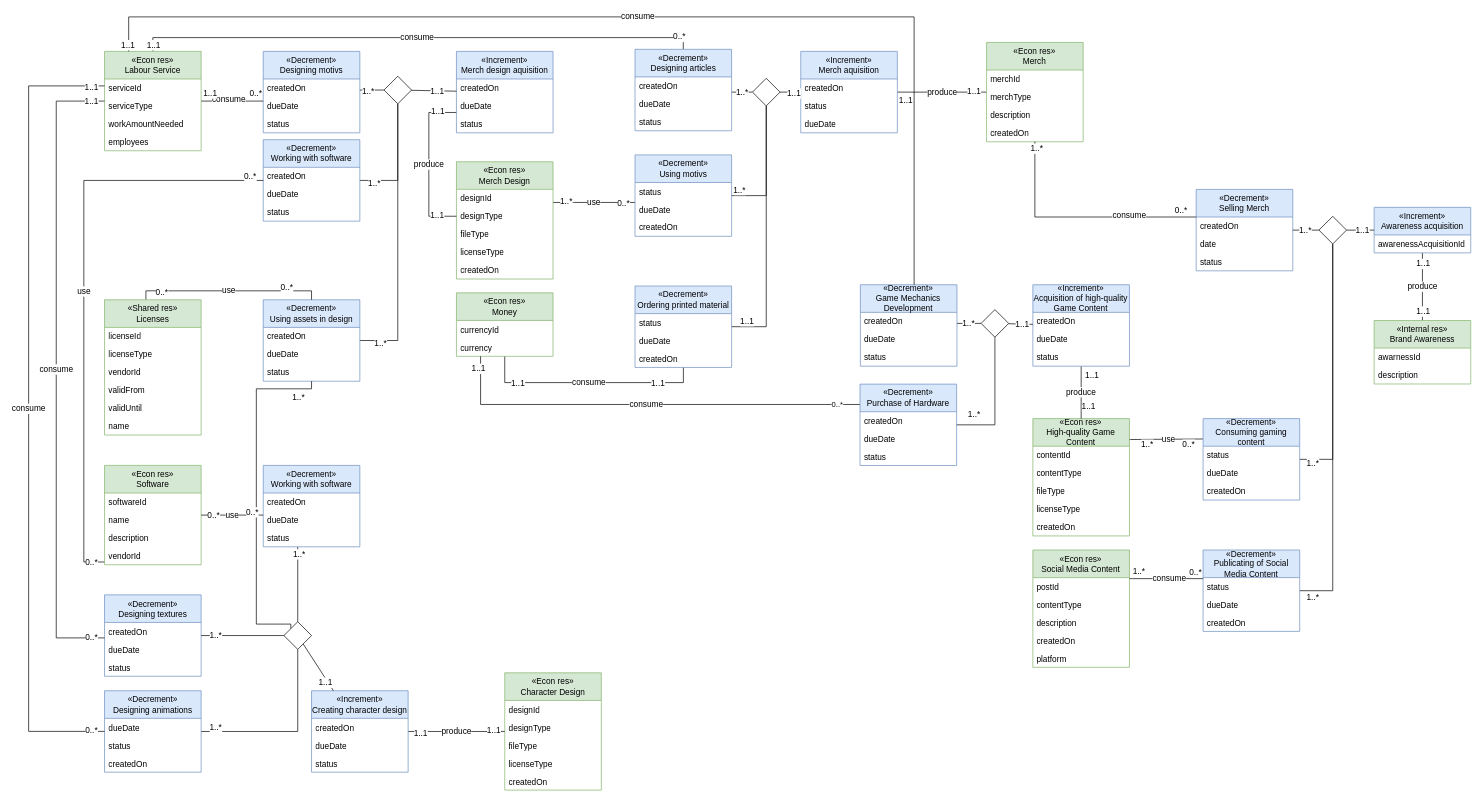
Above: page "Conversion" (2 of 10) of media/IS1_Project_REA.drawio in tudwiglemmel/Neigh-Corp---Golden-Meadows (draw.io), before the change. Source tidied: cells renumbered, new cells numbered last; positions are measured from the earlier drawing's top-left corner, leaving out a move shared by most shapes. Both pictures are drawn from the tidied source at 69%, with x=0, y=0 at pixel (28, 17).
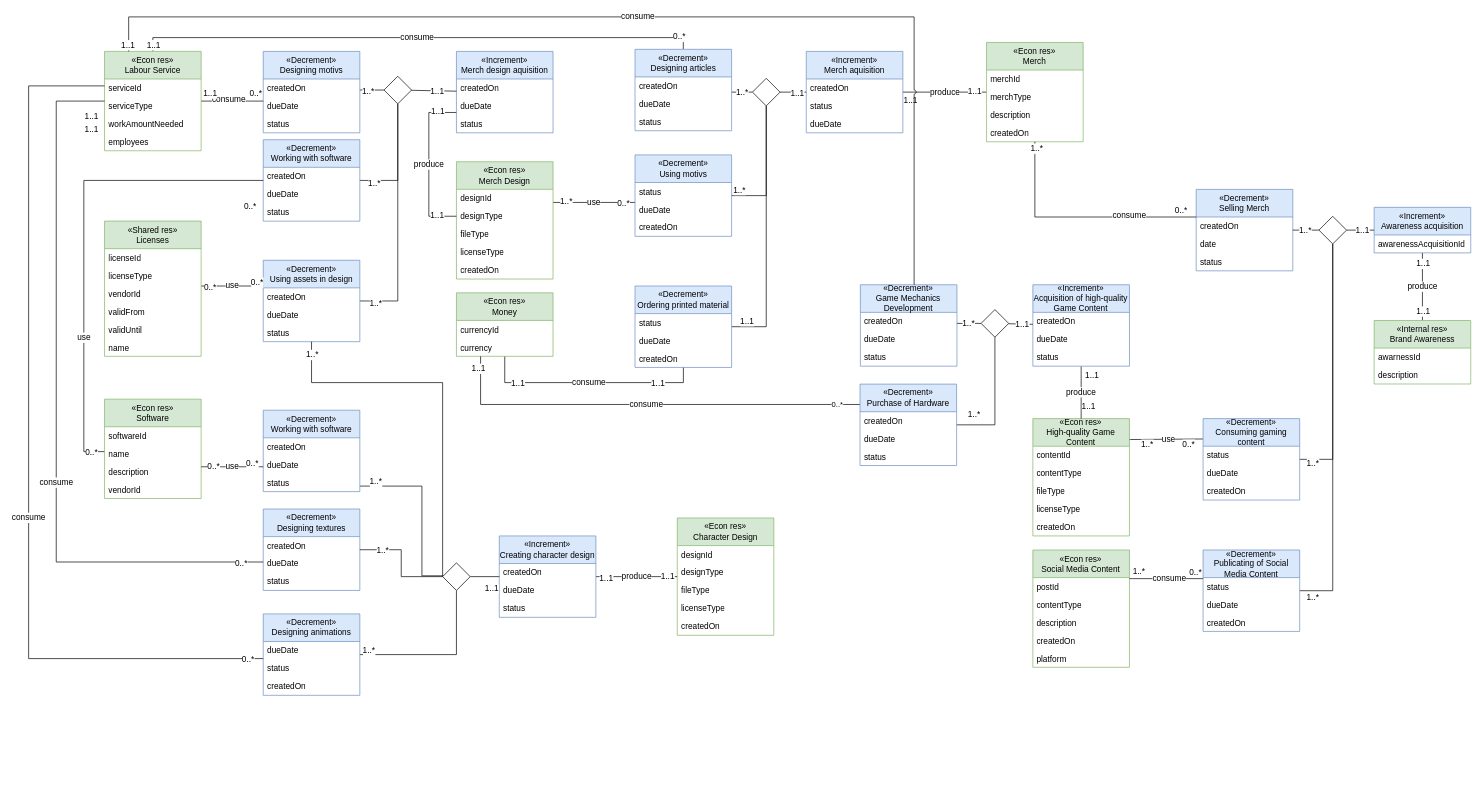
Above is the later version.

Unchanged cells that the change refers to:
```xml
<mxCell id="44" value="«Decrement»&lt;div&gt;Working with software&lt;/div&gt;" style="rounded=0;whiteSpace=wrap;html=1;fillColor=#dae8fc;strokeColor=#6c8ebf;shape=swimlane;fontStyle=0;startSize=40;horizontal=1;" parent="1" vertex="1">
  <mxGeometry x="340" y="178" width="140" height="118" as="geometry" />
</mxCell>
<mxCell id="66" value="«Econ res»&lt;div&gt;Merch&lt;/div&gt;" style="rounded=0;whiteSpace=wrap;html=1;shape=swimlane;fontStyle=0;startSize=40;horizontal=1;fillColor=#d5e8d4;strokeColor=#82b366;" parent="1" vertex="1">
  <mxGeometry x="1388.3" y="37" width="140" height="144" as="geometry" />
</mxCell>
<mxCell id="77" value="«Econ res»&lt;div&gt;Labour Service&lt;/div&gt;" style="rounded=0;whiteSpace=wrap;html=1;shape=swimlane;fontStyle=0;startSize=40;horizontal=1;fillColor=#d5e8d4;strokeColor=#82b366;" parent="1" vertex="1">
  <mxGeometry x="110" y="50" width="140" height="144" as="geometry" />
</mxCell>
<mxCell id="172" value="«Decrement»&lt;div&gt;Game Mechanics Development&lt;/div&gt;" style="rounded=0;whiteSpace=wrap;html=1;fillColor=#dae8fc;strokeColor=#6c8ebf;shape=swimlane;fontStyle=0;startSize=40;horizontal=1;" parent="1" vertex="1">
  <mxGeometry x="1205.4" y="388.2" width="140" height="118" as="geometry" />
</mxCell>
```

Change to the diagram source:
```diff
@@
-    <mxCell id="6" value="produce" style="rounded=0;jettySize=auto;html=1;fontFamily=Helvetica;fontSize=12;fontColor=default;endArrow=none;endFill=0;edgeStyle=orthogonalEdgeStyle;" parent="1" edge="1" source="9" target="66">
+    <mxCell id="6" value="produce" style="rounded=0;jettySize=auto;html=1;fontFamily=Helvetica;fontSize=12;fontColor=default;endArrow=none;endFill=0;edgeStyle=orthogonalEdgeStyle;jumpStyle=arc;" parent="1" edge="1" source="9" target="66">
       <mxGeometry relative="1" as="geometry" />
     </mxCell>
@@
     <mxCell id="9" value="«Increment»&lt;div&gt;Merch aquisition&lt;/div&gt;" style="rounded=0;whiteSpace=wrap;html=1;shape=swimlane;fontStyle=0;startSize=40;horizontal=1;fillColor=#dae8fc;strokeColor=#6c8ebf;" parent="1" vertex="1">
-      <mxGeometry x="1119" y="50" width="140" height="118" as="geometry" />
+      <mxGeometry x="1127" y="50" width="140" height="118" as="geometry" />
     </mxCell>
@@
     <mxCell id="50" value="«Decrement»&lt;div&gt;Using assets in design&lt;/div&gt;" style="rounded=0;whiteSpace=wrap;html=1;fillColor=#dae8fc;strokeColor=#6c8ebf;shape=swimlane;fontStyle=0;startSize=40;horizontal=1;" parent="1" vertex="1">
-      <mxGeometry x="340" y="410" width="140" height="118" as="geometry" />
+      <mxGeometry x="340" y="352.7" width="140" height="118" as="geometry" />
     </mxCell>
@@
     <mxCell id="82" value="use" style="rounded=0;jettySize=auto;html=1;fontFamily=Helvetica;fontSize=12;fontColor=default;endArrow=none;endFill=0;edgeStyle=orthogonalEdgeStyle;" parent="1" edge="1" source="85" target="44">
-      <mxGeometry relative="1" as="geometry">
+      <mxGeometry x="-0.43" relative="1" as="geometry">
         <Array as="points">
-          <mxPoint x="80" y="790" />
+          <mxPoint x="80" y="630" />
           <mxPoint x="80" y="237" />
         </Array>
       </mxGeometry>
     </mxCell>
     <mxCell id="83" value="0..*" style="edgeLabel;html=1;align=center;verticalAlign=middle;fontFamily=Helvetica;fontSize=12;fontColor=default;" parent="82" vertex="1">
       <mxGeometry x="-0.46" y="1" relative="1" as="geometry">
-        <mxPoint x="11" y="198" as="offset" />
+        <mxPoint x="11" y="155" as="offset" />
       </mxGeometry>
     </mxCell>
     <mxCell id="84" value="0..*" style="edgeLabel;html=1;align=center;verticalAlign=middle;fontFamily=Helvetica;fontSize=12;fontColor=default;" parent="82" vertex="1">
-      <mxGeometry x="0.36" y="5" relative="1" as="geometry">
+      <mxGeometry x="0.08" y="5" relative="1" as="geometry">
         <mxPoint x="245" y="-17" as="offset" />
       </mxGeometry>
     </mxCell>
     <mxCell id="85" value="&lt;div&gt;«Econ res»&lt;/div&gt;Software" style="rounded=0;whiteSpace=wrap;html=1;shape=swimlane;fontStyle=0;startSize=40;horizontal=1;fillColor=#d5e8d4;strokeColor=#82b366;" parent="1" vertex="1">
-      <mxGeometry x="110" y="650" width="140" height="144" as="geometry" />
+      <mxGeometry x="110" y="554" width="140" height="144" as="geometry" />
     </mxCell>
@@
     <mxCell id="90" value="use" style="rounded=0;jettySize=auto;html=1;fontFamily=Helvetica;fontSize=12;fontColor=default;endArrow=none;endFill=0;edgeStyle=orthogonalEdgeStyle;jumpStyle=arc;" parent="1" edge="1" source="93" target="50">
       <mxGeometry relative="1" as="geometry">
         <Array as="points">
-          <mxPoint x="170" y="397" />
+          <mxPoint x="300" y="390" />
+          <mxPoint x="300" y="390" />
         </Array>
       </mxGeometry>
     </mxCell>
@@
     <mxCell id="92" value="0..*" style="edgeLabel;html=1;align=center;verticalAlign=middle;fontFamily=Helvetica;fontSize=12;fontColor=default;" parent="90" vertex="1">
       <mxGeometry x="0.67" relative="1" as="geometry">
-        <mxPoint x="-6" y="-6" as="offset" />
+        <mxPoint x="5" y="-6" as="offset" />
       </mxGeometry>
     </mxCell>
     <mxCell id="93" value="«Shared res»&lt;div&gt;Licenses&lt;/div&gt;" style="rounded=0;whiteSpace=wrap;html=1;shape=swimlane;fontStyle=0;startSize=40;horizontal=1;fillColor=#d5e8d4;strokeColor=#82b366;" parent="1" vertex="1">
-      <mxGeometry x="110" y="410" width="140" height="196" as="geometry" />
+      <mxGeometry x="110" y="295.9" width="140" height="196" as="geometry" />
     </mxCell>
@@
     <mxCell id="110" value="«Econ res»&lt;div&gt;Character Design&lt;/div&gt;" style="rounded=0;whiteSpace=wrap;html=1;shape=swimlane;fontStyle=0;startSize=40;horizontal=1;fillColor=#d5e8d4;strokeColor=#82b366;" parent="1" vertex="1">
-      <mxGeometry x="690" y="950.6" width="140" height="170" as="geometry" />
+      <mxGeometry x="940" y="726.2" width="140" height="170" as="geometry" />
     </mxCell>
@@
     <mxCell id="118" value="«Decrement»&lt;div&gt;Designing animations&lt;/div&gt;" style="rounded=0;whiteSpace=wrap;html=1;fillColor=#dae8fc;strokeColor=#6c8ebf;shape=swimlane;fontStyle=0;startSize=40;horizontal=1;" parent="1" vertex="1">
-      <mxGeometry x="110" y="976.6" width="140" height="118" as="geometry" />
+      <mxGeometry x="340" y="865.2" width="140" height="118" as="geometry" />
     </mxCell>
@@
     <mxCell id="122" style="edgeStyle=orthogonalEdgeStyle;rounded=0;jettySize=auto;html=1;fontFamily=Helvetica;fontSize=12;fontColor=default;endArrow=none;endFill=0;" parent="1" edge="1" source="124" target="145">
       <mxGeometry relative="1" as="geometry">
         <Array as="points">
-          <mxPoint x="390" y="790" />
-          <mxPoint x="390" y="790" />
+          <mxPoint x="570" y="680" />
+          <mxPoint x="570" y="810" />
         </Array>
       </mxGeometry>
     </mxCell>
     <mxCell id="123" value="1..*" style="edgeLabel;html=1;align=center;verticalAlign=middle;fontFamily=Helvetica;fontSize=12;fontColor=default;" parent="122" vertex="1">
-      <mxGeometry x="-0.82" y="1" relative="1" as="geometry" />
+      <mxGeometry x="-0.82" y="1" relative="1" as="geometry">
+        <mxPoint x="-1" y="-6" as="offset" />
+      </mxGeometry>
     </mxCell>
     <mxCell id="124" value="«Decrement»&lt;div&gt;Working with software&lt;/div&gt;" style="rounded=0;whiteSpace=wrap;html=1;fillColor=#dae8fc;strokeColor=#6c8ebf;shape=swimlane;fontStyle=0;startSize=40;horizontal=1;" parent="1" vertex="1">
-      <mxGeometry x="340" y="650" width="140" height="118" as="geometry" />
+      <mxGeometry x="340" y="570" width="140" height="118" as="geometry" />
     </mxCell>
@@
-    <mxCell id="128" style="rounded=0;jettySize=auto;html=1;fontFamily=Helvetica;fontSize=12;fontColor=default;endArrow=none;endFill=0;edgeStyle=orthogonalEdgeStyle;entryX=0;entryY=0;entryDx=0;entryDy=0;" parent="1" edge="1" source="50" target="145">
-      <mxGeometry x="0.09" relative="1" as="geometry">
+    <mxCell id="128" style="rounded=0;jettySize=auto;html=1;fontFamily=Helvetica;fontSize=12;fontColor=default;endArrow=none;endFill=0;edgeStyle=orthogonalEdgeStyle;entryX=0;entryY=0.5;entryDx=0;entryDy=0;" parent="1" edge="1" source="50" target="145">
+      <mxGeometry x="0.88" relative="1" as="geometry">
         <Array as="points">
-          <mxPoint x="410" y="539" />
-          <mxPoint x="330" y="539" />
-          <mxPoint x="330" y="880" />
-          <mxPoint x="380" y="880" />
+          <mxPoint x="410" y="530" />
+          <mxPoint x="600" y="530" />
         </Array>
       </mxGeometry>
     </mxCell>
     <mxCell id="129" value="1..*" style="edgeLabel;html=1;align=center;verticalAlign=middle;fontFamily=Helvetica;fontSize=12;fontColor=default;" parent="128" vertex="1">
-      <mxGeometry x="-0.44" y="-2" relative="1" as="geometry">
-        <mxPoint x="62" y="-34" as="offset" />
+      <mxGeometry x="0.1" y="-2" relative="1" as="geometry">
+        <mxPoint x="-188" y="-83" as="offset" />
       </mxGeometry>
     </mxCell>
     <mxCell id="130" value="consume" style="rounded=0;jettySize=auto;html=1;fontFamily=Helvetica;fontSize=12;fontColor=default;endArrow=none;endFill=0;edgeStyle=orthogonalEdgeStyle;jumpStyle=arc;" parent="1" edge="1" source="77" target="118">
-      <mxGeometry relative="1" as="geometry">
+      <mxGeometry x="0.15" relative="1" as="geometry">
         <Array as="points">
           <mxPoint y="100" />
-          <mxPoint y="1035.5" />
+          <mxPoint y="930" />
         </Array>
       </mxGeometry>
     </mxCell>
     <mxCell id="131" value="1..1" style="edgeLabel;html=1;align=center;verticalAlign=middle;fontFamily=Helvetica;fontSize=12;fontColor=default;" parent="130" vertex="1">
-      <mxGeometry x="-0.74" y="1" relative="1" as="geometry">
+      <mxGeometry x="-0.7" y="1" relative="1" as="geometry">
         <mxPoint x="89" y="-38" as="offset" />
       </mxGeometry>
     </mxCell>
     <mxCell id="132" value="0..*" style="edgeLabel;html=1;align=center;verticalAlign=middle;fontFamily=Helvetica;fontSize=12;fontColor=default;" parent="130" vertex="1">
       <mxGeometry x="0.71" relative="1" as="geometry">
-        <mxPoint x="90" y="55" as="offset" />
+        <mxPoint x="163" as="offset" />
       </mxGeometry>
     </mxCell>
     <mxCell id="133" value="use" style="rounded=0;jettySize=auto;html=1;fontFamily=Helvetica;fontSize=12;fontColor=default;endArrow=none;endFill=0;edgeStyle=orthogonalEdgeStyle;jumpStyle=arc;" parent="1" edge="1" source="85" target="124">
       <mxGeometry relative="1" as="geometry">
         <Array as="points">
-          <mxPoint x="290" y="722" />
-          <mxPoint x="290" y="722" />
+          <mxPoint x="290" y="652" />
+          <mxPoint x="290" y="652" />
         </Array>
       </mxGeometry>
     </mxCell>
@@
     <mxCell id="139" value="«Increment»&lt;div&gt;Creating character design&lt;/div&gt;" style="rounded=0;whiteSpace=wrap;html=1;shape=swimlane;fontStyle=0;startSize=40;horizontal=1;fillColor=#dae8fc;strokeColor=#6c8ebf;" parent="1" vertex="1">
-      <mxGeometry x="410" y="976.6" width="140" height="118" as="geometry" />
+      <mxGeometry x="682.1" y="752.2" width="140" height="118" as="geometry" />
     </mxCell>
@@
-    <mxCell id="143" style="rounded=0;jettySize=auto;html=1;fontFamily=Helvetica;fontSize=12;fontColor=default;endArrow=none;endFill=0;" parent="1" edge="1" source="145" target="139">
-      <mxGeometry relative="1" as="geometry" />
+    <mxCell id="143" style="rounded=0;jettySize=auto;html=1;fontFamily=Helvetica;fontSize=12;fontColor=default;endArrow=none;endFill=0;exitX=1;exitY=0.5;exitDx=0;exitDy=0;" parent="1" edge="1" source="145" target="139">
+      <mxGeometry x="-0.06" relative="1" as="geometry" />
     </mxCell>
     <mxCell id="144" value="1..1" style="edgeLabel;html=1;align=center;verticalAlign=middle;fontFamily=Helvetica;fontSize=12;fontColor=default;" parent="143" vertex="1">
-      <mxGeometry x="0.14" relative="1" as="geometry">
+      <mxGeometry x="0.07" relative="1" as="geometry">
         <mxPoint x="7" y="17" as="offset" />
       </mxGeometry>
     </mxCell>
     <mxCell id="145" style="rhombus;whiteSpace=wrap;html=1;shapeInside=1;" parent="1" vertex="1">
-      <mxGeometry x="370" y="876.6" width="40" height="40" as="geometry" />
+      <mxGeometry x="600" y="791.2" width="40" height="40" as="geometry" />
     </mxCell>
     <mxCell id="146" value="«Decrement»&lt;div&gt;Designing textures&lt;/div&gt;" style="rounded=0;whiteSpace=wrap;html=1;fillColor=#dae8fc;strokeColor=#6c8ebf;shape=swimlane;fontStyle=0;startSize=40;horizontal=1;" parent="1" vertex="1">
-      <mxGeometry x="110" y="837.6" width="140" height="118" as="geometry" />
+      <mxGeometry x="340" y="713.2" width="140" height="118" as="geometry" />
     </mxCell>
@@
     <mxCell id="150" value="consume" style="rounded=0;jettySize=auto;html=1;fontFamily=Helvetica;fontSize=12;fontColor=default;endArrow=none;endFill=0;edgeStyle=orthogonalEdgeStyle;jumpStyle=arc;" parent="1" edge="1" source="77" target="146">
-      <mxGeometry relative="1" as="geometry">
+      <mxGeometry x="0.2" relative="1" as="geometry">
         <Array as="points">
           <mxPoint x="40" y="122" />
-          <mxPoint x="40" y="900" />
+          <mxPoint x="40" y="790" />
         </Array>
       </mxGeometry>
     </mxCell>
     <mxCell id="151" value="1..1" style="edgeLabel;html=1;align=center;verticalAlign=middle;fontFamily=Helvetica;fontSize=12;fontColor=default;" parent="150" vertex="1">
-      <mxGeometry x="-0.74" y="1" relative="1" as="geometry">
+      <mxGeometry x="-0.69" y="1" relative="1" as="geometry">
         <mxPoint x="49" y="-50" as="offset" />
       </mxGeometry>
     </mxCell>
     <mxCell id="152" value="0..*" style="edgeLabel;html=1;align=center;verticalAlign=middle;fontFamily=Helvetica;fontSize=12;fontColor=default;" parent="150" vertex="1">
       <mxGeometry x="0.71" relative="1" as="geometry">
-        <mxPoint x="50" y="61" as="offset" />
+        <mxPoint x="118" y="1" as="offset" />
       </mxGeometry>
     </mxCell>
-    <mxCell id="153" style="rounded=0;jettySize=auto;html=1;fontFamily=Helvetica;fontSize=12;fontColor=default;endArrow=none;endFill=0;exitX=1;exitY=0.5;exitDx=0;exitDy=0;edgeStyle=orthogonalEdgeStyle;" parent="1" edge="1" source="146" target="145">
-      <mxGeometry relative="1" as="geometry">
-        <Array as="points">
-          <mxPoint x="270" y="896.6" />
-          <mxPoint x="270" y="896.6" />
-        </Array>
-      </mxGeometry>
+    <mxCell id="153" style="rounded=0;jettySize=auto;html=1;fontFamily=Helvetica;fontSize=12;fontColor=default;endArrow=none;endFill=0;edgeStyle=orthogonalEdgeStyle;" parent="1" edge="1" source="146" target="145">
+      <mxGeometry relative="1" as="geometry" />
     </mxCell>
     <mxCell id="154" value="1..*" style="edgeLabel;html=1;align=center;verticalAlign=middle;fontFamily=Helvetica;fontSize=12;fontColor=default;" parent="153" vertex="1">
-      <mxGeometry x="-0.39" y="-1" relative="1" as="geometry">
+      <mxGeometry x="-0.38" y="-1" relative="1" as="geometry">
         <mxPoint x="-17" y="-1" as="offset" />
       </mxGeometry>
     </mxCell>
@@
-    <mxCell id="190" value="consume" style="rounded=0;jettySize=auto;html=1;fontFamily=Helvetica;fontSize=12;fontColor=default;endArrow=none;endFill=0;edgeStyle=orthogonalEdgeStyle;exitX=0.25;exitY=0;exitDx=0;exitDy=0;" parent="1" edge="1" source="77" target="172">
+    <mxCell id="190" value="consume" style="rounded=0;jettySize=auto;html=1;fontFamily=Helvetica;fontSize=12;fontColor=default;endArrow=none;endFill=0;edgeStyle=orthogonalEdgeStyle;exitX=0.25;exitY=0;exitDx=0;exitDy=0;jumpStyle=arc;" parent="1" edge="1" source="77" target="172">
       <mxGeometry relative="1" as="geometry">
         <Array as="points">
           <mxPoint x="145" />
           <mxPoint x="1283.3" />
         </Array>
       </mxGeometry>
     </mxCell>
```
